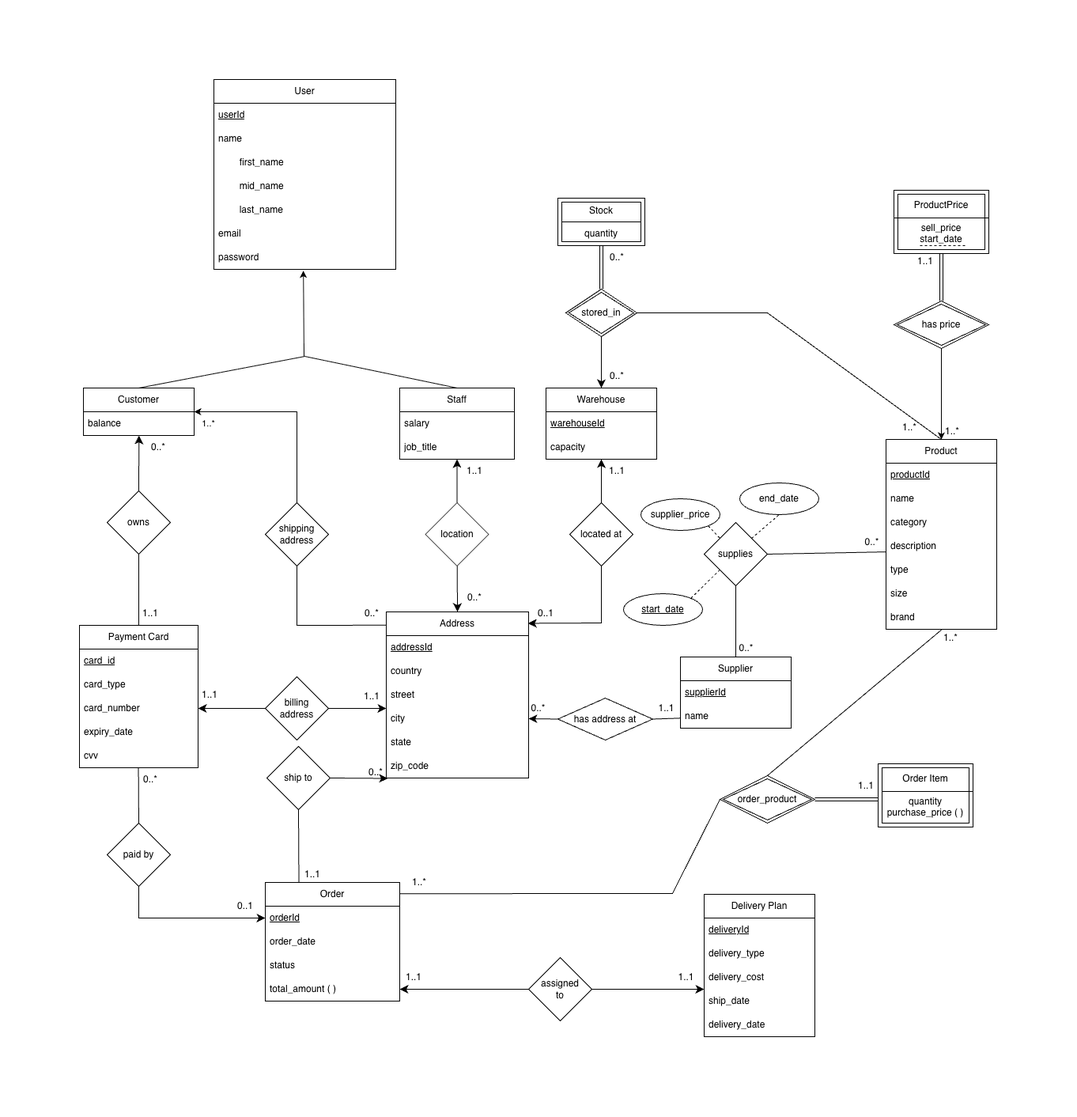
The draw.io diagram database/designs/er_model.png in CheVietBaoLong/LC-Smart-Grocery-Shop, before a commit. Source tidied: cells renumbered, new cells last; positions are measured from the earlier drawing's top-left corner, leaving out a move shared by most shapes.
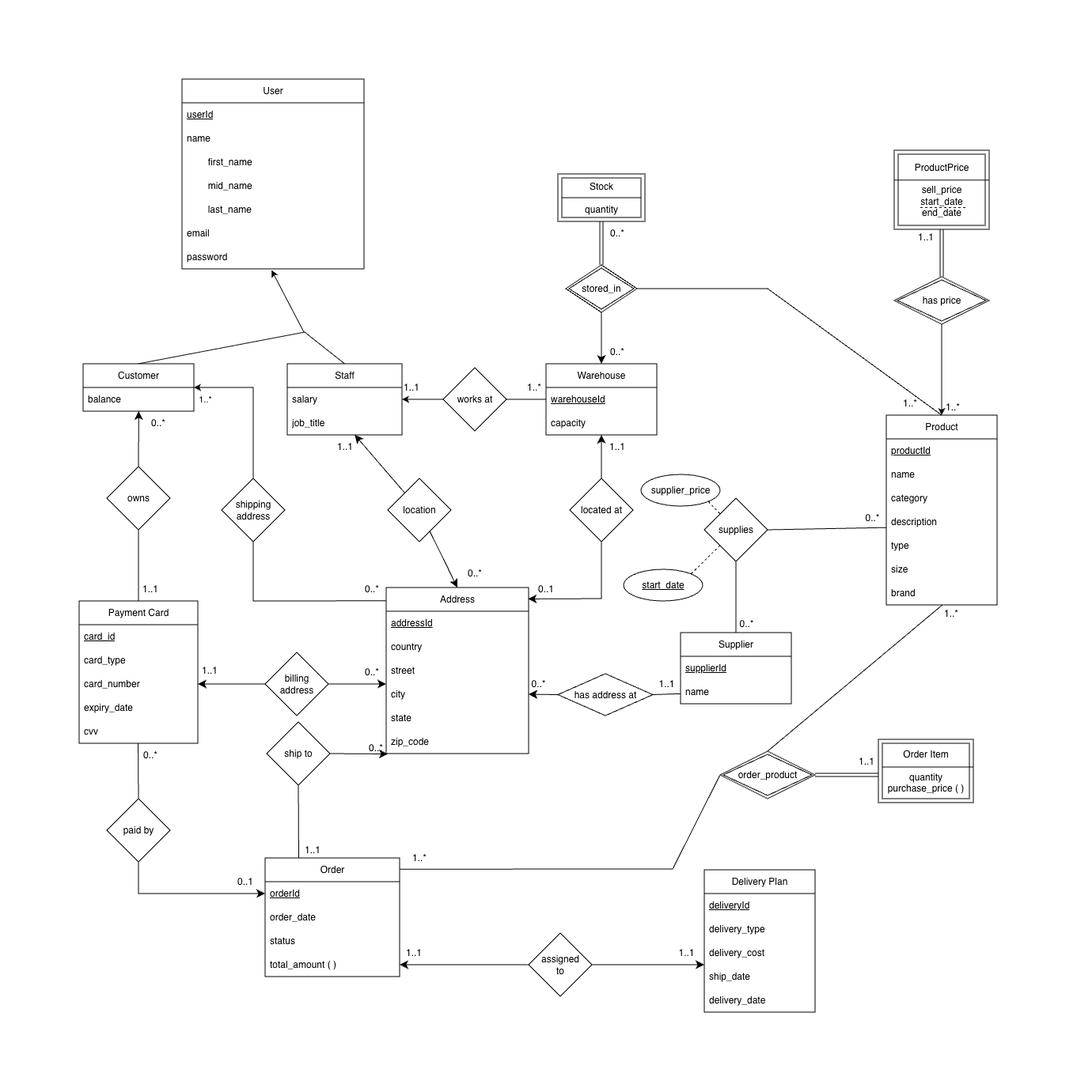
Above is the later version.

Commit message:
updated relational schemas w/ derived values

The edit, as a diff of the source:
```diff
@@ -18,7 +18,7 @@
       </mxGeometry>
     </mxCell>
     <mxCell id="5" value="User" style="swimlane;fontStyle=0;horizontal=1;startSize=30;whiteSpace=wrap;html=1;" parent="1" vertex="1">
-      <mxGeometry x="170" width="230" height="240" as="geometry" />
+      <mxGeometry x="130" y="30" width="230" height="240" as="geometry" />
     </mxCell>
     <mxCell id="6" value="userId" style="text;strokeColor=none;fillColor=none;align=left;verticalAlign=middle;spacingLeft=4;spacingRight=4;overflow=hidden;whiteSpace=wrap;html=1;fontStyle=4;" parent="5" vertex="1">
       <mxGeometry y="30" width="230" height="30" as="geometry" />
@@ -48,7 +48,7 @@
       <mxGeometry y="30" width="140" height="30" as="geometry" />
     </mxCell>
     <mxCell id="15" value="Staff" style="swimlane;fontStyle=0;horizontal=1;startSize=30;whiteSpace=wrap;html=1;" parent="1" vertex="1">
-      <mxGeometry x="405" y="390" width="145" height="90" as="geometry" />
+      <mxGeometry x="263" y="390" width="145" height="90" as="geometry" />
     </mxCell>
     <mxCell id="16" value="salary" style="text;strokeColor=none;fillColor=none;align=left;verticalAlign=middle;spacingLeft=4;spacingRight=4;overflow=hidden;points=[[0,0.5],[1,0.5]];portConstraint=eastwest;whiteSpace=wrap;html=1;" parent="15" vertex="1">
       <mxGeometry y="30" width="145" height="30" as="geometry" />
@@ -108,7 +108,7 @@
       <mxGeometry relative="1" as="geometry" />
     </mxCell>
     <mxCell id="35" value="location" style="rhombus;whiteSpace=wrap;html=1;" parent="1" vertex="1">
-      <mxGeometry x="437.5" y="535" width="80" height="80" as="geometry" />
+      <mxGeometry x="390" y="535" width="80" height="80" as="geometry" />
     </mxCell>
     <mxCell id="36" style="endArrow=classic;html=1;rounded=0;fontSize=12;startSize=8;endSize=8;curved=1;entryX=0.502;entryY=1;entryDx=0;entryDy=0;entryPerimeter=0;exitX=0.5;exitY=0;exitDx=0;exitDy=0;" parent="1" edge="1" source="31" target="14">
       <mxGeometry relative="1" as="geometry" />
@@ -116,7 +116,7 @@
     <mxCell id="37" style="edgeStyle=none;curved=0;rounded=0;jettySize=auto;html=1;fontSize=12;entryX=1;entryY=0.5;entryDx=0;entryDy=0;exitX=0.5;exitY=0;exitDx=0;exitDy=0;" parent="1" edge="1" source="39" target="13">
       <mxGeometry relative="1" as="geometry">
         <Array as="points">
-          <mxPoint x="275" y="420" />
+          <mxPoint x="220" y="420" />
         </Array>
       </mxGeometry>
     </mxCell>
@@ -126,12 +126,12 @@
       </mxGeometry>
     </mxCell>
     <mxCell id="39" value="shipping&lt;div&gt;address&lt;/div&gt;" style="rhombus;whiteSpace=wrap;html=1;" parent="1" vertex="1">
-      <mxGeometry x="235" y="535" width="80" height="80" as="geometry" />
+      <mxGeometry x="180" y="535" width="80" height="80" as="geometry" />
     </mxCell>
     <mxCell id="40" style="endArrow=none;html=1;rounded=0;fontSize=12;startSize=8;endSize=8;curved=0;entryX=0.5;entryY=1;entryDx=0;entryDy=0;exitX=-0.002;exitY=0.08;exitDx=0;exitDy=0;exitPerimeter=0;" parent="1" edge="1" source="18" target="39">
       <mxGeometry relative="1" as="geometry">
         <Array as="points">
-          <mxPoint x="275" y="690" />
+          <mxPoint x="220" y="690" />
         </Array>
       </mxGeometry>
     </mxCell>
@@ -300,7 +300,7 @@
       <mxGeometry x="340" y="660" width="60" height="30" as="geometry" />
     </mxCell>
     <mxCell id="90" value="1..1" style="text;html=1;whiteSpace=wrap;strokeColor=none;fillColor=none;align=center;verticalAlign=middle;rounded=0;" parent="1" vertex="1">
-      <mxGeometry x="470" y="480" width="60" height="30" as="geometry" />
+      <mxGeometry x="320.5" y="480" width="30" height="30" as="geometry" />
     </mxCell>
     <mxCell id="91" value="ship to" style="rhombus;whiteSpace=wrap;html=1;" parent="1" vertex="1">
       <mxGeometry x="237" y="843" width="80" height="80" as="geometry" />
@@ -390,7 +390,7 @@
     <mxCell id="118" value="1..1" style="text;html=1;whiteSpace=wrap;strokeColor=none;fillColor=none;align=center;verticalAlign=middle;rounded=0;" parent="1" vertex="1">
       <mxGeometry x="280" y="990" width="30" height="30" as="geometry" />
     </mxCell>
-    <mxCell id="119" value="1..1" style="text;html=1;whiteSpace=wrap;strokeColor=none;fillColor=none;align=center;verticalAlign=middle;rounded=0;" parent="1" vertex="1">
+    <mxCell id="119" value="0..*" style="text;html=1;whiteSpace=wrap;strokeColor=none;fillColor=none;align=center;verticalAlign=middle;rounded=0;" parent="1" vertex="1">
       <mxGeometry x="355" y="765" width="30" height="30" as="geometry" />
     </mxCell>
     <mxCell id="120" value="1..1" style="text;html=1;whiteSpace=wrap;strokeColor=none;fillColor=none;align=center;verticalAlign=middle;rounded=0;" parent="1" vertex="1">
@@ -408,9 +408,6 @@
     <mxCell id="124" value="start_date" style="ellipse;whiteSpace=wrap;html=1;align=center;fontStyle=4;" parent="1" vertex="1">
       <mxGeometry x="688" y="650" width="100" height="40" as="geometry" />
     </mxCell>
-    <mxCell id="125" value="end_date" style="ellipse;whiteSpace=wrap;html=1;align=center;" parent="1" vertex="1">
-      <mxGeometry x="835" y="510" width="100" height="40" as="geometry" />
-    </mxCell>
     <mxCell id="126" style="group;" parent="1" vertex="1">
       <mxGeometry x="605" y="150" width="110" height="60" as="geometry" />
     </mxCell>
@@ -420,9 +417,6 @@
     <mxCell id="128" style="line;strokeWidth=1;dashed=0;labelPosition=right;align=left;verticalAlign=middle;spacingTop=0;spacingLeft=6;" parent="126" vertex="1">
       <mxGeometry x="5" y="25" width="100" height="10" as="geometry" />
     </mxCell>
-    <mxCell id="129" style="endArrow=none;dashed=1;html=1;rounded=0;exitX=1;exitY=0;exitDx=0;exitDy=0;entryX=0.5;entryY=1;entryDx=0;entryDy=0;" parent="1" edge="1" source="75" target="125">
-      <mxGeometry relative="1" as="geometry" />
-    </mxCell>
     <mxCell id="130" style="endArrow=none;dashed=1;html=1;rounded=0;exitX=1;exitY=1;exitDx=0;exitDy=0;entryX=0;entryY=0;entryDx=0;entryDy=0;" parent="1" edge="1" source="123" target="75">
       <mxGeometry relative="1" as="geometry" />
     </mxCell>
@@ -430,18 +424,18 @@
       <mxGeometry relative="1" as="geometry" />
     </mxCell>
     <mxCell id="132" style="group;" parent="1" vertex="1">
-      <mxGeometry x="1030" y="140" width="120" height="80" as="geometry" />
+      <mxGeometry x="1030" y="120" width="120" height="100" as="geometry" />
     </mxCell>
-    <mxCell id="133" value="ProductPrice&lt;div&gt;&lt;br&gt;&lt;/div&gt;&lt;div&gt;sell_price&lt;/div&gt;&lt;div&gt;start_date&lt;/div&gt;" style="shape=ext;margin=3;double=1;whiteSpace=wrap;html=1;align=center;" parent="132" vertex="1">
-      <mxGeometry width="120" height="80" as="geometry" />
+    <mxCell id="133" value="ProductPrice&lt;div&gt;&lt;br&gt;&lt;/div&gt;&lt;div&gt;sell_price&lt;/div&gt;&lt;div&gt;start_date&lt;/div&gt;&lt;div&gt;end_date&lt;/div&gt;" style="shape=ext;margin=3;double=1;whiteSpace=wrap;html=1;align=center;" parent="132" vertex="1">
+      <mxGeometry width="120" height="100" as="geometry" />
     </mxCell>
     <mxCell id="134" style="line;strokeWidth=1;dashed=0;labelPosition=right;align=left;verticalAlign=middle;spacingTop=0;spacingLeft=6;" parent="132" vertex="1">
-      <mxGeometry y="30" width="120" height="10" as="geometry" />
+      <mxGeometry y="31.5" width="120" height="12.5" as="geometry" />
     </mxCell>
     <mxCell id="135" style="endArrow=none;dashed=1;html=1;rounded=0;" parent="132" edge="1">
       <mxGeometry relative="1" as="geometry">
-        <mxPoint x="90" y="70" as="sourcePoint" />
-        <mxPoint x="30" y="70" as="targetPoint" />
+        <mxPoint x="90" y="72.5" as="sourcePoint" />
+        <mxPoint x="30" y="72.5" as="targetPoint" />
       </mxGeometry>
     </mxCell>
     <mxCell id="136" value="has price" style="shape=rhombus;double=1;perimeter=rhombusPerimeter;whiteSpace=wrap;html=1;align=center;" parent="1" vertex="1">
@@ -462,5 +456,20 @@
     <mxCell id="141" value="1..*" style="text;html=1;whiteSpace=wrap;strokeColor=none;fillColor=none;align=center;verticalAlign=middle;rounded=0;" parent="1" vertex="1">
       <mxGeometry x="1094" y="435" width="20" height="20" as="geometry" />
     </mxCell>
+    <mxCell id="142" value="works at" style="rhombus;whiteSpace=wrap;html=1;" parent="1" vertex="1">
+      <mxGeometry x="460" y="395" width="80" height="80" as="geometry" />
+    </mxCell>
+    <mxCell id="143" style="endArrow=classic;html=1;rounded=0;exitX=0;exitY=0.5;exitDx=0;exitDy=0;entryX=1;entryY=0.5;entryDx=0;entryDy=0;" parent="1" edge="1" source="142" target="16">
+      <mxGeometry relative="1" as="geometry" />
+    </mxCell>
+    <mxCell id="144" style="endArrow=none;html=1;rounded=0;entryX=0;entryY=0.5;entryDx=0;entryDy=0;exitX=1;exitY=0.5;exitDx=0;exitDy=0;" parent="1" edge="1" source="142" target="53">
+      <mxGeometry relative="1" as="geometry" />
+    </mxCell>
+    <mxCell id="145" value="1..1" style="text;html=1;whiteSpace=wrap;strokeColor=none;fillColor=none;align=center;verticalAlign=middle;rounded=0;" parent="1" vertex="1">
+      <mxGeometry x="405" y="405" width="30" height="30" as="geometry" />
+    </mxCell>
+    <mxCell id="146" value="1..*" style="text;html=1;whiteSpace=wrap;strokeColor=none;fillColor=none;align=center;verticalAlign=middle;rounded=0;" parent="1" vertex="1">
+      <mxGeometry x="560" y="405" width="30" height="30" as="geometry" />
+    </mxCell>
   </root>
 </mxGraphModel>
```
